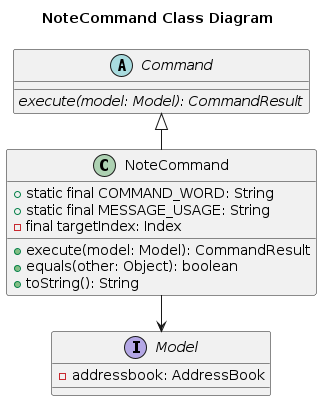
The PlantUML diagram diagrams/NoteCommandClassDiagram.png in AY2324S2-CS2103T-F14-1/tp, before a commit. Its source is kept beside it as diagrams/NoteCommandClassDiagram.puml.
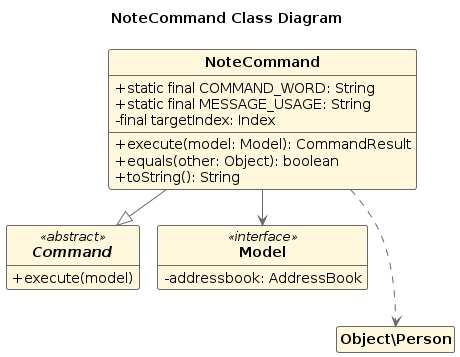
The same file after the commit.

Diff of the diagram source:
```diff
@@ -1,24 +1,46 @@
 @startuml
 !pragma layout smetana
 
+hide empty attributes
+hide empty methods
+hide circle
+
+skinparam shadowing false
+skinparam classFontStyle Bold
+skinparam ActivityBackgroundColor Silver
+skinparam ActivityBorderColor DimGray
+
+skinparam classAttributeIconSize 0
+
+skinparam class {
+    BackgroundColor Cornsilk
+    ArrowColor DimGray
+    BorderThickness 1
+    BorderColor DimGray
+}
+
 title NoteCommand Class Diagram
 
-abstract class Command {
-    {abstract} execute(model: Model): CommandResult
+Interface "Command" as Object\Command <<abstract>> {
+    + execute(model)
 }
 
-class NoteCommand extends Command {
-    +static final COMMAND_WORD: String
-    +static final MESSAGE_USAGE: String
-    -final targetIndex: Index
-    +execute(model: Model): CommandResult
-    +equals(other: Object): boolean
-    +toString(): String
+class "NoteCommand" as Object\NoteCommand {
+     +static final COMMAND_WORD: String
+     +static final MESSAGE_USAGE: String
+     - final targetIndex: Index
+     +execute(model: Model): CommandResult
+     +equals(other: Object): boolean
+     +toString(): String
 }
 
-interface Model {
-    -addressbook: AddressBook
+class "Model" as Object\Model <<interface>> {
+    - addressbook: AddressBook
 }
 
-NoteCommand --> Model
+Object\NoteCommand --> Object\Model
+Object\NoteCommand ...> Object\Person
+Object\NoteCommand --|> Object\Command
+
+
 @enduml
```
